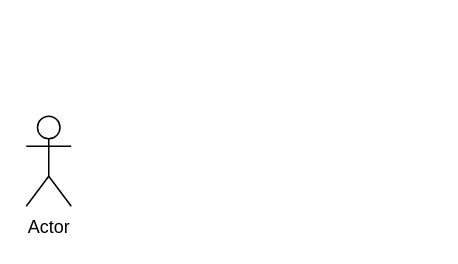
Before: UseCase.drawio in SHIN-HANBEEN/MetanetFinal, a draw.io diagram. Source tidied: cells renumbered, new cells numbered last; positions are measured from the earlier drawing's top-left corner, leaving out a move shared by most shapes. Both pictures are drawn from the tidied source at 150%, with x=0, y=0 at pixel (26, 116).
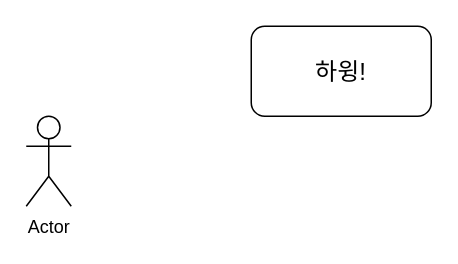
The same page after the edit.

The edit, as a diff of the source:
```diff
@@
 <mxGraphModel>
   <root>
     <mxCell id="0" />
     <mxCell id="1" parent="0" />
     <mxCell id="2" value="Actor" style="shape=umlActor;verticalLabelPosition=bottom;verticalAlign=top;html=1;" parent="1" vertex="1">
       <mxGeometry width="30" height="60" as="geometry" />
     </mxCell>
+    <mxCell id="3" value="하윙!" style="rounded=1;whiteSpace=wrap;html=1;fontSize=16;" parent="1" vertex="1">
+      <mxGeometry x="150" y="-60" width="120" height="60" as="geometry" />
+    </mxCell>
   </root>
 </mxGraphModel>
```
